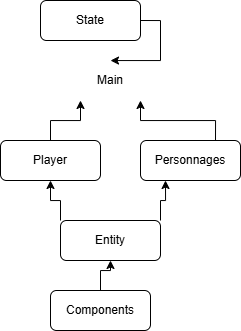
Ti-Loup/Deer_Invaders keeps this draw.io diagram as Diagramme UML.png. Above is the earlier version. Source tidied: cells renumbered, new cells last; positions are measured from the earlier drawing's top-left corner, leaving out a move shared by most shapes.
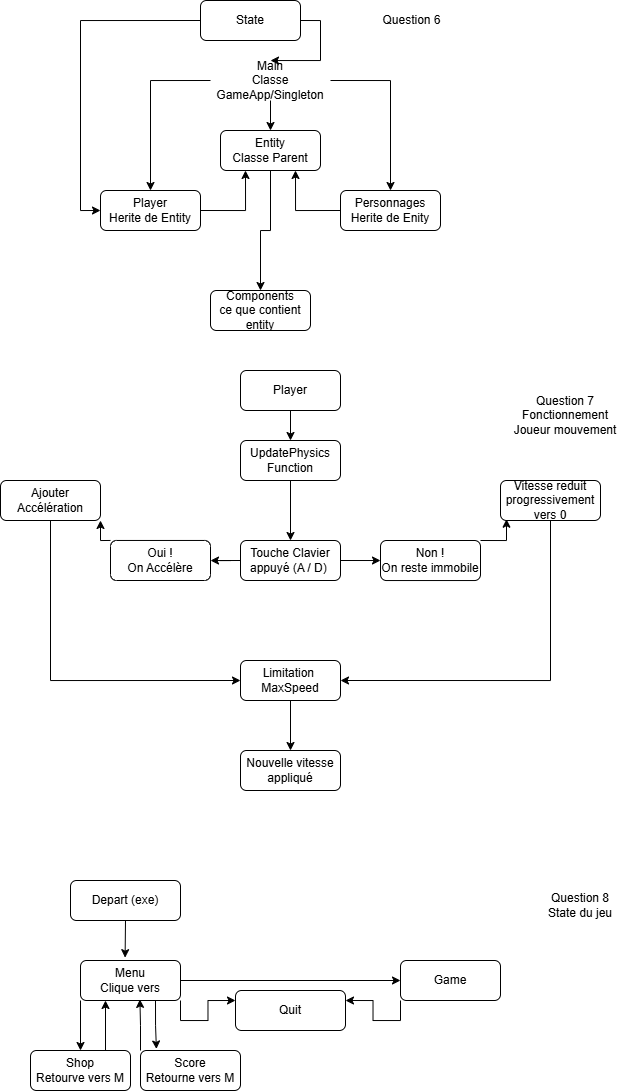
The same diagram one commit later.

Change to the diagram source:
```diff
@@ -2,41 +2,152 @@
   <root>
     <mxCell id="0" />
     <mxCell id="1" parent="0" />
+    <mxCell id="14" style="edgeStyle=orthogonalEdgeStyle;rounded=0;jettySize=auto;html=1;exitX=1;exitY=0.5;exitDx=0;exitDy=0;entryX=0.5;entryY=0;entryDx=0;entryDy=0;" parent="1" edge="1" source="2" target="6">
+      <mxGeometry relative="1" as="geometry" />
+    </mxCell>
+    <mxCell id="15" style="edgeStyle=orthogonalEdgeStyle;rounded=0;jettySize=auto;html=1;exitX=0;exitY=0.5;exitDx=0;exitDy=0;entryX=0.5;entryY=0;entryDx=0;entryDy=0;" parent="1" edge="1" source="2" target="4">
+      <mxGeometry relative="1" as="geometry" />
+    </mxCell>
+    <mxCell id="16" style="edgeStyle=orthogonalEdgeStyle;rounded=0;jettySize=auto;html=1;exitX=0.5;exitY=1;exitDx=0;exitDy=0;entryX=0.5;entryY=0;entryDx=0;entryDy=0;" parent="1" edge="1" source="2" target="9">
+      <mxGeometry relative="1" as="geometry" />
+    </mxCell>
-    <mxCell id="2" value="Main" style="text;html=1;strokeColor=none;fillColor=none;align=center;verticalAlign=middle;whiteSpace=wrap;rounded=0;" parent="1" vertex="1">
+    <mxCell id="2" value="Main&lt;br&gt;Classe GameApp/Singleton" style="text;html=1;strokeColor=none;fillColor=none;align=center;verticalAlign=middle;whiteSpace=wrap;rounded=0;" parent="1" vertex="1">
       <mxGeometry x="50" y="60" width="120" height="40" as="geometry" />
     </mxCell>
-    <mxCell id="3" style="edgeStyle=orthogonalEdgeStyle;rounded=0;jettySize=auto;html=1;exitX=0.5;exitY=0;exitDx=0;exitDy=0;entryX=0.25;entryY=1;entryDx=0;entryDy=0;" parent="1" edge="1" source="4" target="2">
-      <mxGeometry relative="1" as="geometry" />
-    </mxCell>
+    <mxCell id="17" style="edgeStyle=orthogonalEdgeStyle;rounded=0;jettySize=auto;html=1;exitX=1;exitY=0.5;exitDx=0;exitDy=0;entryX=0.25;entryY=1;entryDx=0;entryDy=0;" parent="1" edge="1" source="4" target="9">
+      <mxGeometry relative="1" as="geometry" />
+    </mxCell>
-    <mxCell id="4" value="Player" style="rounded=1;whiteSpace=wrap;html=1;" parent="1" vertex="1">
-      <mxGeometry y="140" width="100" height="40" as="geometry" />
+    <mxCell id="4" value="Player&lt;br&gt;Herite de Entity" style="rounded=1;whiteSpace=wrap;html=1;" parent="1" vertex="1">
+      <mxGeometry x="-60" y="190" width="100" height="40" as="geometry" />
     </mxCell>
-    <mxCell id="5" style="edgeStyle=orthogonalEdgeStyle;rounded=0;jettySize=auto;html=1;exitX=0.75;exitY=0;exitDx=0;exitDy=0;entryX=0.75;entryY=1;entryDx=0;entryDy=0;" parent="1" edge="1" source="6" target="2">
-      <mxGeometry relative="1" as="geometry" />
-    </mxCell>
+    <mxCell id="18" style="edgeStyle=orthogonalEdgeStyle;rounded=0;jettySize=auto;html=1;exitX=0;exitY=0.5;exitDx=0;exitDy=0;entryX=0.75;entryY=1;entryDx=0;entryDy=0;" parent="1" edge="1" source="6" target="9">
+      <mxGeometry relative="1" as="geometry" />
+    </mxCell>
-    <mxCell id="6" value="Personnages" style="rounded=1;whiteSpace=wrap;html=1;" parent="1" vertex="1">
-      <mxGeometry x="140" y="140" width="100" height="40" as="geometry" />
+    <mxCell id="6" value="Personnages&lt;br&gt;Herite de Enity" style="rounded=1;whiteSpace=wrap;html=1;" parent="1" vertex="1">
+      <mxGeometry x="180" y="190" width="100" height="40" as="geometry" />
     </mxCell>
-    <mxCell id="7" style="edgeStyle=orthogonalEdgeStyle;rounded=0;jettySize=auto;html=1;exitX=1;exitY=0;exitDx=0;exitDy=0;entryX=0.25;entryY=1;entryDx=0;entryDy=0;" parent="1" edge="1" source="9" target="6">
-      <mxGeometry relative="1" as="geometry" />
-    </mxCell>
-    <mxCell id="8" style="edgeStyle=orthogonalEdgeStyle;rounded=0;jettySize=auto;html=1;exitX=0;exitY=0;exitDx=0;exitDy=0;" parent="1" edge="1" source="9" target="4">
-      <mxGeometry relative="1" as="geometry" />
-    </mxCell>
+    <mxCell id="19" style="edgeStyle=orthogonalEdgeStyle;rounded=0;jettySize=auto;html=1;exitX=0.5;exitY=1;exitDx=0;exitDy=0;entryX=0.5;entryY=0;entryDx=0;entryDy=0;" parent="1" edge="1" source="9" target="11">
+      <mxGeometry relative="1" as="geometry" />
+    </mxCell>
-    <mxCell id="9" value="Entity" style="rounded=1;whiteSpace=wrap;html=1;" parent="1" vertex="1">
-      <mxGeometry x="60" y="220" width="100" height="40" as="geometry" />
+    <mxCell id="9" value="Entity&lt;br&gt;Classe Parent" style="rounded=1;whiteSpace=wrap;html=1;" parent="1" vertex="1">
+      <mxGeometry x="60" y="130" width="100" height="40" as="geometry" />
     </mxCell>
-    <mxCell id="10" style="edgeStyle=orthogonalEdgeStyle;rounded=0;jettySize=auto;html=1;entryX=0.5;entryY=1;entryDx=0;entryDy=0;" parent="1" edge="1" source="11" target="9">
-      <mxGeometry relative="1" as="geometry" />
-    </mxCell>
-    <mxCell id="11" value="Components" style="rounded=1;whiteSpace=wrap;html=1;" parent="1" vertex="1">
+    <mxCell id="11" value="Components&lt;br&gt;ce que contient entity" style="rounded=1;whiteSpace=wrap;html=1;" parent="1" vertex="1">
       <mxGeometry x="50" y="290" width="100" height="40" as="geometry" />
     </mxCell>
     <mxCell id="12" style="edgeStyle=orthogonalEdgeStyle;rounded=0;jettySize=auto;html=1;exitX=1;exitY=0.5;exitDx=0;exitDy=0;entryX=0.5;entryY=0;entryDx=0;entryDy=0;" parent="1" edge="1" source="13" target="2">
       <mxGeometry relative="1" as="geometry" />
     </mxCell>
+    <mxCell id="20" style="edgeStyle=orthogonalEdgeStyle;rounded=0;jettySize=auto;html=1;exitX=0;exitY=0.5;exitDx=0;exitDy=0;entryX=0;entryY=0.5;entryDx=0;entryDy=0;" parent="1" edge="1" source="13" target="4">
+      <mxGeometry relative="1" as="geometry" />
+    </mxCell>
     <mxCell id="13" value="State" style="rounded=1;whiteSpace=wrap;html=1;" parent="1" vertex="1">
       <mxGeometry x="40" width="100" height="40" as="geometry" />
     </mxCell>
+    <mxCell id="21" value="&lt;div style=&quot;text-align: left;&quot;&gt;&lt;span style=&quot;background-color: initial;&quot;&gt;Question 6&lt;/span&gt;&lt;/div&gt;" style="text;html=1;strokeColor=none;fillColor=none;align=center;verticalAlign=middle;whiteSpace=wrap;rounded=0;" parent="1" vertex="1">
+      <mxGeometry x="203" width="97" height="40" as="geometry" />
+    </mxCell>
+    <mxCell id="22" value="Question 7&lt;br&gt;Fonctionnement Joueur mouvement" style="text;html=1;strokeColor=none;fillColor=none;align=center;verticalAlign=middle;whiteSpace=wrap;rounded=0;" parent="1" vertex="1">
+      <mxGeometry x="350" y="400" width="110" height="30" as="geometry" />
+    </mxCell>
+    <mxCell id="23" style="edgeStyle=orthogonalEdgeStyle;rounded=0;jettySize=auto;html=1;exitX=0.5;exitY=1;exitDx=0;exitDy=0;entryX=0.5;entryY=0;entryDx=0;entryDy=0;" parent="1" edge="1" source="24" target="27">
+      <mxGeometry relative="1" as="geometry" />
+    </mxCell>
+    <mxCell id="24" value="UpdatePhysics&lt;br&gt;Function" style="rounded=1;whiteSpace=wrap;html=1;" parent="1" vertex="1">
+      <mxGeometry x="80" y="440" width="100" height="40" as="geometry" />
+    </mxCell>
+    <mxCell id="25" style="edgeStyle=orthogonalEdgeStyle;rounded=0;jettySize=auto;html=1;exitX=0;exitY=0.5;exitDx=0;exitDy=0;" parent="1" edge="1" source="27" target="29">
+      <mxGeometry relative="1" as="geometry" />
+    </mxCell>
+    <mxCell id="26" style="edgeStyle=orthogonalEdgeStyle;rounded=0;jettySize=auto;html=1;exitX=1;exitY=0.5;exitDx=0;exitDy=0;entryX=0;entryY=0.5;entryDx=0;entryDy=0;" parent="1" edge="1" source="27" target="30">
+      <mxGeometry relative="1" as="geometry" />
+    </mxCell>
+    <mxCell id="27" value="Touche Clavier appuyé (A / D)&amp;nbsp;" style="rounded=1;whiteSpace=wrap;html=1;" parent="1" vertex="1">
+      <mxGeometry x="80" y="540" width="100" height="40" as="geometry" />
+    </mxCell>
+    <mxCell id="28" style="edgeStyle=orthogonalEdgeStyle;rounded=0;jettySize=auto;html=1;exitX=0;exitY=0;exitDx=0;exitDy=0;entryX=1;entryY=1;entryDx=0;entryDy=0;" parent="1" edge="1" source="29" target="32">
+      <mxGeometry relative="1" as="geometry" />
+    </mxCell>
+    <mxCell id="29" value="Oui !&lt;br&gt;On Accélère" style="rounded=1;whiteSpace=wrap;html=1;" parent="1" vertex="1">
+      <mxGeometry x="-50" y="540" width="100" height="40" as="geometry" />
+    </mxCell>
+    <mxCell id="30" value="Non !&lt;br&gt;On reste immobile" style="rounded=1;whiteSpace=wrap;html=1;" parent="1" vertex="1">
+      <mxGeometry x="220" y="540" width="100" height="40" as="geometry" />
+    </mxCell>
+    <mxCell id="31" style="edgeStyle=orthogonalEdgeStyle;rounded=0;jettySize=auto;html=1;exitX=0.5;exitY=1;exitDx=0;exitDy=0;entryX=0;entryY=0.5;entryDx=0;entryDy=0;" parent="1" edge="1" source="32" target="39">
+      <mxGeometry relative="1" as="geometry" />
+    </mxCell>
+    <mxCell id="32" value="Ajouter Accélération" style="rounded=1;whiteSpace=wrap;html=1;" parent="1" vertex="1">
+      <mxGeometry x="-160" y="480" width="100" height="40" as="geometry" />
+    </mxCell>
+    <mxCell id="33" style="edgeStyle=orthogonalEdgeStyle;rounded=0;jettySize=auto;html=1;exitX=0.5;exitY=1;exitDx=0;exitDy=0;entryX=1;entryY=0.5;entryDx=0;entryDy=0;" parent="1" edge="1" source="34" target="39">
+      <mxGeometry relative="1" as="geometry" />
+    </mxCell>
+    <mxCell id="34" value="Vitesse reduit progressivement vers 0" style="rounded=1;whiteSpace=wrap;html=1;" parent="1" vertex="1">
+      <mxGeometry x="340" y="480" width="100" height="40" as="geometry" />
+    </mxCell>
+    <mxCell id="35" style="edgeStyle=orthogonalEdgeStyle;rounded=0;jettySize=auto;html=1;exitX=1;exitY=0;exitDx=0;exitDy=0;entryX=0.06;entryY=0.968;entryDx=0;entryDy=0;entryPerimeter=0;" parent="1" edge="1" source="30" target="34">
+      <mxGeometry relative="1" as="geometry" />
+    </mxCell>
+    <mxCell id="36" style="edgeStyle=orthogonalEdgeStyle;rounded=0;jettySize=auto;html=1;exitX=0.5;exitY=1;exitDx=0;exitDy=0;entryX=0.5;entryY=0;entryDx=0;entryDy=0;" parent="1" edge="1" source="37" target="24">
+      <mxGeometry relative="1" as="geometry" />
+    </mxCell>
+    <mxCell id="37" value="Player" style="rounded=1;whiteSpace=wrap;html=1;" parent="1" vertex="1">
+      <mxGeometry x="80" y="370" width="100" height="40" as="geometry" />
+    </mxCell>
+    <mxCell id="38" style="edgeStyle=orthogonalEdgeStyle;rounded=0;jettySize=auto;html=1;exitX=0.5;exitY=1;exitDx=0;exitDy=0;entryX=0.5;entryY=0;entryDx=0;entryDy=0;" parent="1" edge="1" source="39" target="40">
+      <mxGeometry relative="1" as="geometry" />
+    </mxCell>
+    <mxCell id="39" value="Limitation&amp;nbsp;&lt;br&gt;MaxSpeed" style="rounded=1;whiteSpace=wrap;html=1;" parent="1" vertex="1">
+      <mxGeometry x="80" y="660" width="100" height="40" as="geometry" />
+    </mxCell>
+    <mxCell id="40" value="Nouvelle vitesse appliqué" style="rounded=1;whiteSpace=wrap;html=1;" parent="1" vertex="1">
+      <mxGeometry x="80" y="750" width="100" height="40" as="geometry" />
+    </mxCell>
+    <mxCell id="41" value="Question 8&lt;br&gt;State du jeu" style="text;html=1;strokeColor=none;fillColor=none;align=center;verticalAlign=middle;whiteSpace=wrap;rounded=0;" parent="1" vertex="1">
+      <mxGeometry x="370" y="890" width="100" height="30" as="geometry" />
+    </mxCell>
+    <mxCell id="42" style="edgeStyle=orthogonalEdgeStyle;rounded=0;jettySize=auto;html=1;exitX=0;exitY=1;exitDx=0;exitDy=0;entryX=1;entryY=0.25;entryDx=0;entryDy=0;" parent="1" edge="1" source="43" target="55">
+      <mxGeometry relative="1" as="geometry" />
+    </mxCell>
+    <mxCell id="43" value="Game" style="rounded=1;whiteSpace=wrap;html=1;" parent="1" vertex="1">
+      <mxGeometry x="240" y="960" width="100" height="40" as="geometry" />
+    </mxCell>
+    <mxCell id="44" style="edgeStyle=orthogonalEdgeStyle;rounded=0;jettySize=auto;html=1;exitX=0.75;exitY=0;exitDx=0;exitDy=0;entryX=0.25;entryY=1;entryDx=0;entryDy=0;" parent="1" edge="1" source="45" target="50">
+      <mxGeometry relative="1" as="geometry" />
+    </mxCell>
+    <mxCell id="45" value="Shop&lt;br&gt;Retourve vers M" style="rounded=1;whiteSpace=wrap;html=1;" parent="1" vertex="1">
+      <mxGeometry x="-130" y="1050" width="100" height="40" as="geometry" />
+    </mxCell>
+    <mxCell id="46" value="Score&lt;br&gt;Retourne vers M" style="rounded=1;whiteSpace=wrap;html=1;" parent="1" vertex="1">
+      <mxGeometry x="-20" y="1050" width="100" height="40" as="geometry" />
+    </mxCell>
+    <mxCell id="47" style="edgeStyle=orthogonalEdgeStyle;rounded=0;jettySize=auto;html=1;exitX=1;exitY=0.5;exitDx=0;exitDy=0;entryX=0;entryY=0.5;entryDx=0;entryDy=0;" parent="1" edge="1" source="50" target="43">
+      <mxGeometry relative="1" as="geometry" />
+    </mxCell>
+    <mxCell id="48" style="edgeStyle=orthogonalEdgeStyle;rounded=0;jettySize=auto;html=1;exitX=0;exitY=1;exitDx=0;exitDy=0;entryX=0.5;entryY=0;entryDx=0;entryDy=0;" parent="1" edge="1" source="50" target="45">
+      <mxGeometry relative="1" as="geometry" />
+    </mxCell>
+    <mxCell id="49" style="edgeStyle=orthogonalEdgeStyle;rounded=0;jettySize=auto;html=1;exitX=1;exitY=1;exitDx=0;exitDy=0;entryX=0;entryY=0.25;entryDx=0;entryDy=0;" parent="1" edge="1" source="50" target="55">
+      <mxGeometry relative="1" as="geometry" />
+    </mxCell>
+    <mxCell id="50" value="Menu&lt;br&gt;Clique vers" style="rounded=1;whiteSpace=wrap;html=1;" parent="1" vertex="1">
+      <mxGeometry x="-80" y="960" width="100" height="40" as="geometry" />
+    </mxCell>
+    <mxCell id="51" style="edgeStyle=orthogonalEdgeStyle;rounded=0;jettySize=auto;html=1;exitX=0;exitY=0;exitDx=0;exitDy=0;entryX=0.594;entryY=0.973;entryDx=0;entryDy=0;entryPerimeter=0;" parent="1" edge="1" source="46" target="50">
+      <mxGeometry relative="1" as="geometry" />
+    </mxCell>
+    <mxCell id="52" style="edgeStyle=orthogonalEdgeStyle;rounded=0;jettySize=auto;html=1;exitX=0.75;exitY=1;exitDx=0;exitDy=0;entryX=0.159;entryY=-0.038;entryDx=0;entryDy=0;entryPerimeter=0;" parent="1" edge="1" source="50" target="46">
+      <mxGeometry relative="1" as="geometry" />
+    </mxCell>
+    <mxCell id="53" value="Depart (exe)" style="rounded=1;whiteSpace=wrap;html=1;" parent="1" vertex="1">
+      <mxGeometry x="-90" y="880" width="110" height="40" as="geometry" />
+    </mxCell>
+    <mxCell id="54" style="edgeStyle=orthogonalEdgeStyle;rounded=0;jettySize=auto;html=1;exitX=0.5;exitY=1;exitDx=0;exitDy=0;entryX=0.446;entryY=-0.071;entryDx=0;entryDy=0;entryPerimeter=0;" parent="1" edge="1" source="53" target="50">
+      <mxGeometry relative="1" as="geometry" />
+    </mxCell>
+    <mxCell id="55" value="Quit" style="rounded=1;whiteSpace=wrap;html=1;" parent="1" vertex="1">
+      <mxGeometry x="75" y="990" width="110" height="40" as="geometry" />
+    </mxCell>
   </root>
 </mxGraphModel>
```
